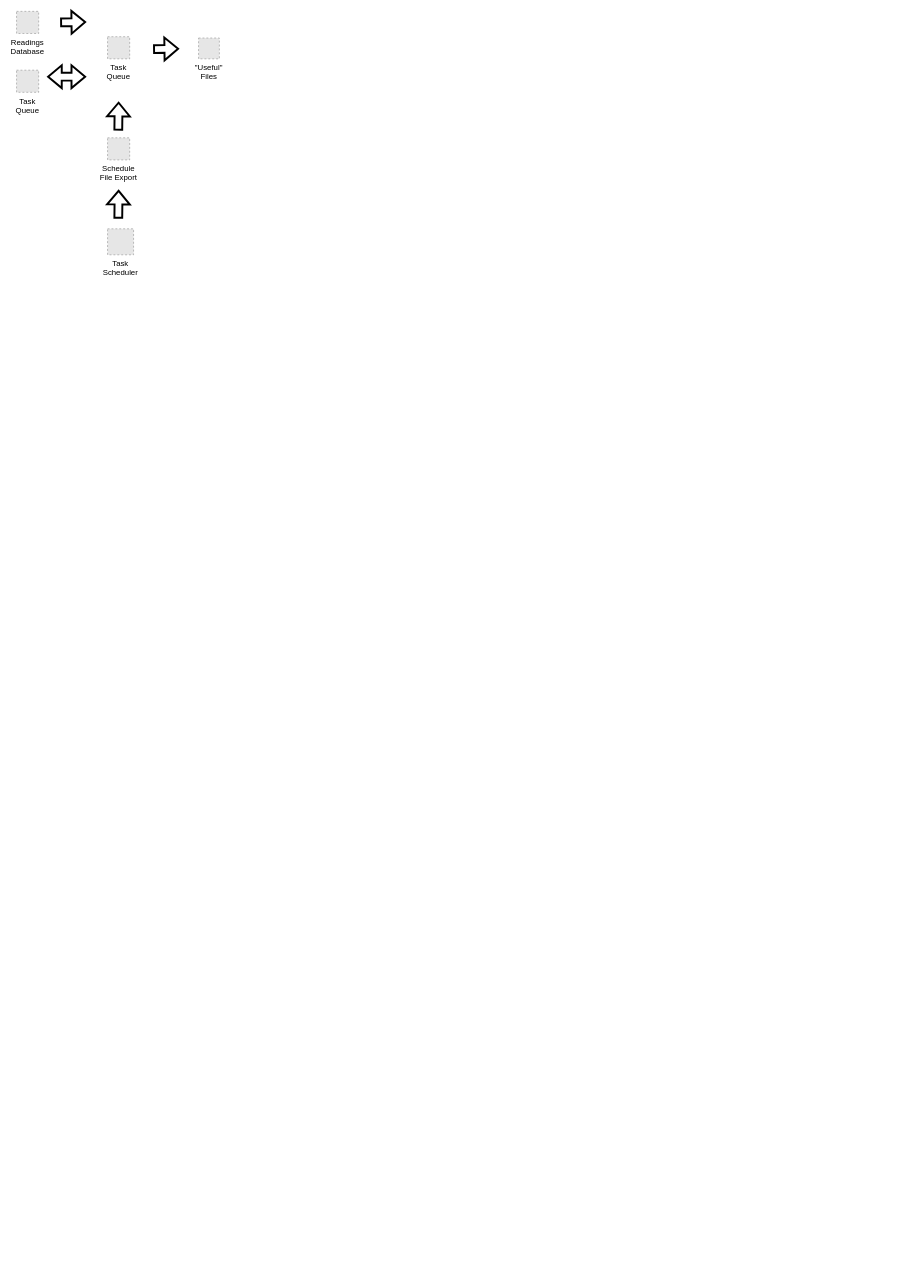
Earlier version of the draw.io diagram assets/images/2023-11-16-stationmanager/timescale-database-to-useful-files.drawio (rdmolony/rdmolony.github.io). Source tidied: cells renumbered, new cells numbered last; positions are measured from the earlier drawing's top-left corner, leaving out a move shared by most shapes. Both pictures are drawn from the tidied source at 65%, with x=0, y=0 at pixel (16, 11). Pictures stored in the file or linked from it are replaced by grey dashed boxes.
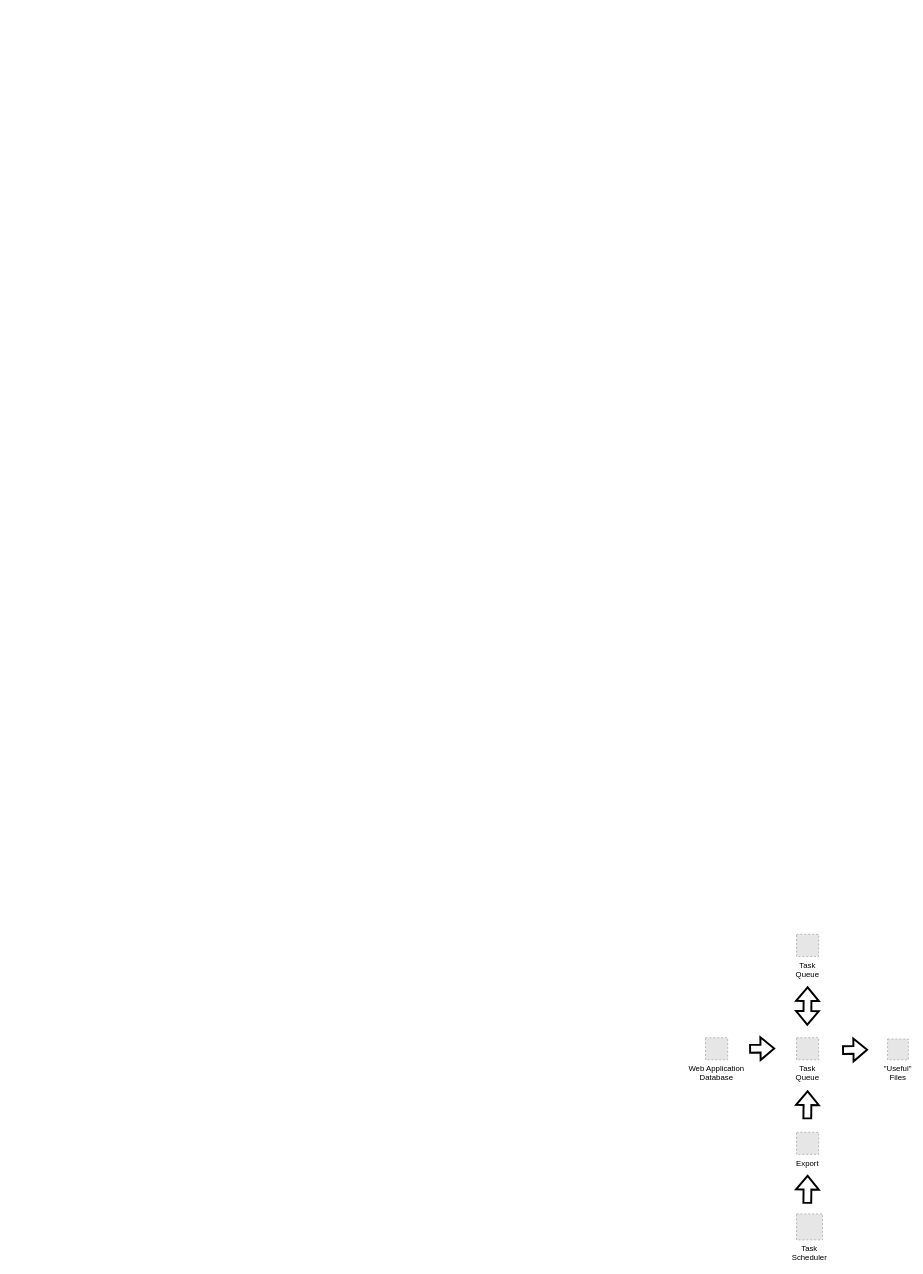
Above is the later version.

Change to the diagram source:
```diff
@@
 <mxGraphModel>
   <root>
     <mxCell id="0" />
     <mxCell id="1" parent="0" />
-    <mxCell id="2" value="Schedule&#10;File Export" style="fillColor=#E6E6E6;strokeColor=#999999;dashed=1;verticalLabelPosition=bottom;labelBackgroundColor=default;verticalAlign=top;" parent="1" vertex="1">
-      <mxGeometry x="140" y="194.5" width="34" height="34" as="geometry" />
-    </mxCell>
-    <mxCell id="3" value="Readings&#10;Database" style="fillColor=#E6E6E6;strokeColor=#999999;dashed=1;verticalLabelPosition=bottom;labelBackgroundColor=default;verticalAlign=top;" parent="1" vertex="1">
-      <mxGeometry width="34" height="34" as="geometry" />
-    </mxCell>
+    <mxCell id="13" value="Export" style="fillColor=#E6E6E6;strokeColor=#999999;dashed=1;verticalLabelPosition=bottom;labelBackgroundColor=default;verticalAlign=top;" parent="1" vertex="1">
+      <mxGeometry x="1200" y="1724.5" width="34" height="34" as="geometry" />
+    </mxCell>
+    <mxCell id="14" value="Web Application&#10;Database" style="fillColor=#E6E6E6;strokeColor=#999999;dashed=1;verticalLabelPosition=bottom;labelBackgroundColor=default;verticalAlign=top;" parent="1" vertex="1">
+      <mxGeometry x="1060" y="1579" width="34" height="34" as="geometry" />
+    </mxCell>
     <mxCell id="4" value="&quot;Useful&quot;&#10;Files" style="fillColor=#E6E6E6;strokeColor=#999999;dashed=1;verticalLabelPosition=bottom;labelBackgroundColor=default;verticalAlign=top;" parent="1" vertex="1">
-      <mxGeometry x="280" y="41" width="32" height="32" as="geometry" />
+      <mxGeometry x="1340" y="1581" width="32" height="32" as="geometry" />
     </mxCell>
-    <mxCell id="5" style="shape=flexArrow;endArrow=classic;html=1;rounded=0;strokeWidth=3;" parent="1" edge="1">
-      <mxGeometry relative="1" as="geometry">
-        <mxPoint x="67" y="17" as="sourcePoint" />
-        <mxPoint x="107" y="16.5" as="targetPoint" />
-      </mxGeometry>
-    </mxCell>
+    <mxCell id="15" style="shape=flexArrow;endArrow=classic;html=1;rounded=0;strokeWidth=3;" parent="1" edge="1">
+      <mxGeometry relative="1" as="geometry">
+        <mxPoint x="1127" y="1596" as="sourcePoint" />
+        <mxPoint x="1167" y="1595.5" as="targetPoint" />
+      </mxGeometry>
+    </mxCell>
     <mxCell id="6" value="Task&#10;Scheduler" style="fillColor=#E6E6E6;strokeColor=#999999;dashed=1;verticalLabelPosition=bottom;labelBackgroundColor=default;verticalAlign=top;" parent="1" vertex="1">
-      <mxGeometry x="140" y="334.5" width="40" height="40" as="geometry" />
+      <mxGeometry x="1200" y="1850" width="40" height="40" as="geometry" />
     </mxCell>
-    <mxCell id="7" value="Task&#10;Queue" style="fillColor=#E6E6E6;strokeColor=#999999;dashed=1;verticalLabelPosition=bottom;labelBackgroundColor=default;verticalAlign=top;" parent="1" vertex="1">
-      <mxGeometry x="140" y="39" width="34" height="34" as="geometry" />
-    </mxCell>
-    <mxCell id="8" value="Task&#10;Queue" style="fillColor=#E6E6E6;strokeColor=#999999;dashed=1;verticalLabelPosition=bottom;labelBackgroundColor=default;verticalAlign=top;" parent="1" vertex="1">
-      <mxGeometry y="90.5" width="34" height="34" as="geometry" />
-    </mxCell>
-    <mxCell id="9" style="shape=flexArrow;endArrow=classic;startArrow=classic;html=1;rounded=0;strokeWidth=3;" parent="1" edge="1">
-      <mxGeometry relative="1" as="geometry">
-        <mxPoint x="47" y="100.5" as="sourcePoint" />
-        <mxPoint x="107" y="100.5" as="targetPoint" />
-      </mxGeometry>
-    </mxCell>
-    <mxCell id="10" style="shape=flexArrow;endArrow=classic;html=1;rounded=0;strokeWidth=3;" parent="1" edge="1">
-      <mxGeometry relative="1" as="geometry">
-        <mxPoint x="210" y="58" as="sourcePoint" />
-        <mxPoint x="250" y="57.5" as="targetPoint" />
-      </mxGeometry>
-    </mxCell>
-    <mxCell id="11" style="shape=flexArrow;endArrow=classic;html=1;rounded=0;strokeWidth=3;exitX=0.5;exitY=1;exitDx=0;exitDy=0;" parent="1" edge="1">
-      <mxGeometry relative="1" as="geometry">
-        <mxPoint x="156.5" y="319" as="sourcePoint" />
-        <mxPoint x="157" y="274.5" as="targetPoint" />
-      </mxGeometry>
-    </mxCell>
-    <mxCell id="12" style="shape=flexArrow;endArrow=classic;html=1;rounded=0;strokeWidth=3;exitX=0.5;exitY=1;exitDx=0;exitDy=0;" parent="1" edge="1">
-      <mxGeometry relative="1" as="geometry">
-        <mxPoint x="156.5" y="183.5" as="sourcePoint" />
-        <mxPoint x="157" y="139" as="targetPoint" />
-      </mxGeometry>
-    </mxCell>
+    <mxCell id="16" value="Task&#10;Queue" style="fillColor=#E6E6E6;strokeColor=#999999;dashed=1;verticalLabelPosition=bottom;labelBackgroundColor=default;verticalAlign=top;" parent="1" vertex="1">
+      <mxGeometry x="1200" y="1579" width="34" height="34" as="geometry" />
+    </mxCell>
+    <mxCell id="17" value="Task&#10;Queue" style="fillColor=#E6E6E6;strokeColor=#999999;dashed=1;verticalLabelPosition=bottom;labelBackgroundColor=default;verticalAlign=top;" parent="1" vertex="1">
+      <mxGeometry x="1200" y="1420" width="34" height="34" as="geometry" />
+    </mxCell>
+    <mxCell id="18" style="shape=flexArrow;endArrow=classic;startArrow=classic;html=1;rounded=0;strokeWidth=3;" parent="1" edge="1">
+      <mxGeometry relative="1" as="geometry">
+        <mxPoint x="1217" y="1500" as="sourcePoint" />
+        <mxPoint x="1216.5" y="1560.5" as="targetPoint" />
+      </mxGeometry>
+    </mxCell>
+    <mxCell id="19" style="shape=flexArrow;endArrow=classic;html=1;rounded=0;strokeWidth=3;" parent="1" edge="1">
+      <mxGeometry relative="1" as="geometry">
+        <mxPoint x="1270" y="1598" as="sourcePoint" />
+        <mxPoint x="1310" y="1597.5" as="targetPoint" />
+      </mxGeometry>
+    </mxCell>
+    <mxCell id="20" style="shape=flexArrow;endArrow=classic;html=1;rounded=0;strokeWidth=3;exitX=0.5;exitY=1;exitDx=0;exitDy=0;" parent="1" edge="1">
+      <mxGeometry relative="1" as="geometry">
+        <mxPoint x="1216.5" y="1834.5" as="sourcePoint" />
+        <mxPoint x="1217" y="1790" as="targetPoint" />
+      </mxGeometry>
+    </mxCell>
+    <mxCell id="21" style="shape=flexArrow;endArrow=classic;html=1;rounded=0;strokeWidth=3;exitX=0.5;exitY=1;exitDx=0;exitDy=0;" parent="1" edge="1">
+      <mxGeometry relative="1" as="geometry">
+        <mxPoint x="1216.5" y="1704.5" as="sourcePoint" />
+        <mxPoint x="1217" y="1660" as="targetPoint" />
+      </mxGeometry>
+    </mxCell>
   </root>
 </mxGraphModel>
```
